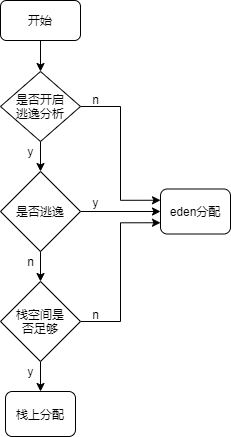
The draw.io diagram 内存分配.png in onedream719/-, before a commit. Source tidied: cells renumbered, new cells last; positions are measured from the earlier drawing's top-left corner, leaving out a move shared by most shapes. Its diagram source:
```xml
<mxGraphModel>
  <root>
    <mxCell id="0" />
    <mxCell id="1" parent="0" />
    <mxCell id="2" style="edgeStyle=orthogonalEdgeStyle;rounded=0;jettySize=auto;html=1;exitX=0.5;exitY=1;exitDx=0;exitDy=0;entryX=0.5;entryY=0;entryDx=0;entryDy=0;" parent="1" edge="1" source="4" target="11">
      <mxGeometry relative="1" as="geometry" />
    </mxCell>
    <mxCell id="3" style="edgeStyle=orthogonalEdgeStyle;rounded=0;jettySize=auto;html=1;exitX=1;exitY=0.5;exitDx=0;exitDy=0;entryX=0;entryY=0.25;entryDx=0;entryDy=0;" parent="1" edge="1" source="4" target="13">
      <mxGeometry relative="1" as="geometry" />
    </mxCell>
    <mxCell id="4" value="是否开启&lt;br&gt;逃逸分析" style="rhombus;whiteSpace=wrap;html=1;" parent="1" vertex="1">
      <mxGeometry y="71" width="80" height="70" as="geometry" />
    </mxCell>
    <mxCell id="5" style="edgeStyle=orthogonalEdgeStyle;rounded=0;jettySize=auto;html=1;exitX=1;exitY=0.5;exitDx=0;exitDy=0;entryX=0;entryY=0.75;entryDx=0;entryDy=0;" parent="1" edge="1" source="7" target="13">
      <mxGeometry relative="1" as="geometry" />
    </mxCell>
    <mxCell id="6" style="edgeStyle=orthogonalEdgeStyle;rounded=0;jettySize=auto;html=1;exitX=0.5;exitY=1;exitDx=0;exitDy=0;entryX=0.5;entryY=0;entryDx=0;entryDy=0;" parent="1" edge="1" source="7" target="17">
      <mxGeometry relative="1" as="geometry" />
    </mxCell>
    <mxCell id="7" value="栈空间是&lt;br&gt;否足够" style="rhombus;whiteSpace=wrap;html=1;" parent="1" vertex="1">
      <mxGeometry y="281" width="80" height="80" as="geometry" />
    </mxCell>
    <mxCell id="8" value="n" style="text;html=1;align=center;verticalAlign=middle;strokeColor=none;fillColor=none;" parent="1" vertex="1">
      <mxGeometry x="85" y="89" width="20" height="20" as="geometry" />
    </mxCell>
    <mxCell id="9" style="edgeStyle=orthogonalEdgeStyle;rounded=0;jettySize=auto;html=1;exitX=0.5;exitY=1;exitDx=0;exitDy=0;entryX=0.5;entryY=0;entryDx=0;entryDy=0;" parent="1" edge="1" source="11" target="7">
      <mxGeometry relative="1" as="geometry" />
    </mxCell>
    <mxCell id="10" style="edgeStyle=orthogonalEdgeStyle;rounded=0;jettySize=auto;html=1;exitX=1;exitY=0.5;exitDx=0;exitDy=0;entryX=0;entryY=0.5;entryDx=0;entryDy=0;" parent="1" edge="1" source="11" target="13">
      <mxGeometry relative="1" as="geometry" />
    </mxCell>
    <mxCell id="11" value="是否逃逸" style="rhombus;whiteSpace=wrap;html=1;" parent="1" vertex="1">
      <mxGeometry y="171" width="80" height="80" as="geometry" />
    </mxCell>
    <mxCell id="12" value="y" style="text;html=1;align=center;verticalAlign=middle;strokeColor=none;fillColor=none;" parent="1" vertex="1">
      <mxGeometry x="20" y="141" width="20" height="20" as="geometry" />
    </mxCell>
    <mxCell id="13" value="eden分配" style="rounded=1;whiteSpace=wrap;html=1;" parent="1" vertex="1">
      <mxGeometry x="160" y="188.5" width="70" height="45" as="geometry" />
    </mxCell>
    <mxCell id="14" value="y" style="text;html=1;align=center;verticalAlign=middle;strokeColor=none;fillColor=none;" parent="1" vertex="1">
      <mxGeometry x="85" y="191.5" width="20" height="20" as="geometry" />
    </mxCell>
    <mxCell id="15" value="n" style="text;html=1;align=center;verticalAlign=middle;strokeColor=none;fillColor=none;" parent="1" vertex="1">
      <mxGeometry x="20" y="251" width="20" height="20" as="geometry" />
    </mxCell>
    <mxCell id="16" value="n" style="text;html=1;align=center;verticalAlign=middle;strokeColor=none;fillColor=none;" parent="1" vertex="1">
      <mxGeometry x="85" y="304" width="20" height="20" as="geometry" />
    </mxCell>
    <mxCell id="17" value="栈上分配" style="rounded=1;whiteSpace=wrap;html=1;" parent="1" vertex="1">
      <mxGeometry x="5" y="391" width="70" height="45" as="geometry" />
    </mxCell>
    <mxCell id="18" value="y" style="text;html=1;align=center;verticalAlign=middle;strokeColor=none;fillColor=none;" parent="1" vertex="1">
      <mxGeometry x="20" y="361" width="20" height="20" as="geometry" />
    </mxCell>
    <mxCell id="19" style="edgeStyle=orthogonalEdgeStyle;rounded=0;jettySize=auto;html=1;exitX=0.5;exitY=1;exitDx=0;exitDy=0;entryX=0.5;entryY=0;entryDx=0;entryDy=0;" parent="1" edge="1" source="20" target="4">
      <mxGeometry relative="1" as="geometry" />
    </mxCell>
    <mxCell id="20" value="开始" style="rounded=1;whiteSpace=wrap;html=1;" parent="1" vertex="1">
      <mxGeometry width="80" height="40" as="geometry" />
    </mxCell>
  </root>
</mxGraphModel>
```
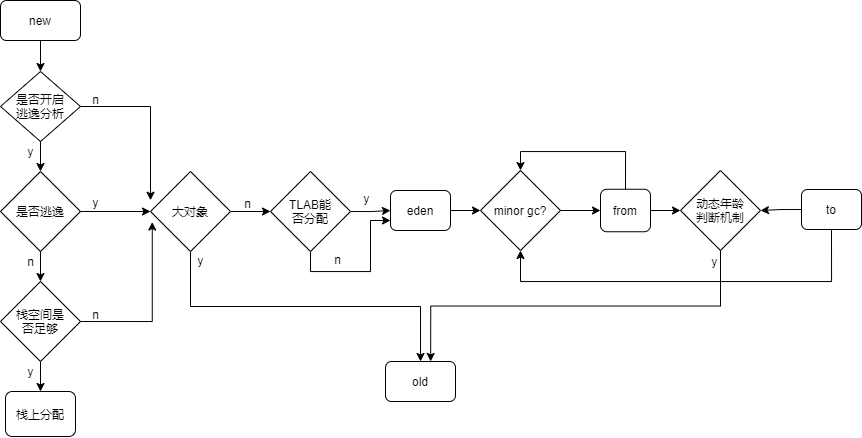
The same file after the commit.

Commit message:
更新内存分配.png

What changed in the source:
```diff
@@ -5,18 +5,20 @@
     <mxCell id="2" style="edgeStyle=orthogonalEdgeStyle;rounded=0;jettySize=auto;html=1;exitX=0.5;exitY=1;exitDx=0;exitDy=0;entryX=0.5;entryY=0;entryDx=0;entryDy=0;" parent="1" edge="1" source="4" target="11">
       <mxGeometry relative="1" as="geometry" />
     </mxCell>
-    <mxCell id="3" style="edgeStyle=orthogonalEdgeStyle;rounded=0;jettySize=auto;html=1;exitX=1;exitY=0.5;exitDx=0;exitDy=0;entryX=0;entryY=0.25;entryDx=0;entryDy=0;" parent="1" edge="1" source="4" target="13">
-      <mxGeometry relative="1" as="geometry" />
+    <mxCell id="3" style="edgeStyle=orthogonalEdgeStyle;rounded=0;jettySize=auto;html=1;exitX=1;exitY=0.5;exitDx=0;exitDy=0;entryX=0;entryY=0.25;entryDx=0;entryDy=0;" parent="1" edge="1" source="4">
+      <mxGeometry relative="1" as="geometry">
+        <mxPoint x="150" y="199.8" as="targetPoint" />
+      </mxGeometry>
     </mxCell>
     <mxCell id="4" value="是否开启&lt;br&gt;逃逸分析" style="rhombus;whiteSpace=wrap;html=1;" parent="1" vertex="1">
       <mxGeometry y="71" width="80" height="70" as="geometry" />
     </mxCell>
-    <mxCell id="5" style="edgeStyle=orthogonalEdgeStyle;rounded=0;jettySize=auto;html=1;exitX=1;exitY=0.5;exitDx=0;exitDy=0;entryX=0;entryY=0.75;entryDx=0;entryDy=0;" parent="1" edge="1" source="7" target="13">
-      <mxGeometry relative="1" as="geometry" />
-    </mxCell>
     <mxCell id="6" style="edgeStyle=orthogonalEdgeStyle;rounded=0;jettySize=auto;html=1;exitX=0.5;exitY=1;exitDx=0;exitDy=0;entryX=0.5;entryY=0;entryDx=0;entryDy=0;" parent="1" edge="1" source="7" target="17">
       <mxGeometry relative="1" as="geometry" />
     </mxCell>
+    <mxCell id="21" style="edgeStyle=orthogonalEdgeStyle;rounded=0;jettySize=auto;html=1;exitX=1;exitY=0.5;exitDx=0;exitDy=0;entryX=0.022;entryY=0.632;entryDx=0;entryDy=0;entryPerimeter=0;" parent="1" edge="1" source="7" target="27">
+      <mxGeometry relative="1" as="geometry" />
+    </mxCell>
     <mxCell id="7" value="栈空间是&lt;br&gt;否足够" style="rhombus;whiteSpace=wrap;html=1;" parent="1" vertex="1">
       <mxGeometry y="281" width="80" height="80" as="geometry" />
     </mxCell>
@@ -26,8 +28,10 @@
     <mxCell id="9" style="edgeStyle=orthogonalEdgeStyle;rounded=0;jettySize=auto;html=1;exitX=0.5;exitY=1;exitDx=0;exitDy=0;entryX=0.5;entryY=0;entryDx=0;entryDy=0;" parent="1" edge="1" source="11" target="7">
       <mxGeometry relative="1" as="geometry" />
     </mxCell>
-    <mxCell id="10" style="edgeStyle=orthogonalEdgeStyle;rounded=0;jettySize=auto;html=1;exitX=1;exitY=0.5;exitDx=0;exitDy=0;entryX=0;entryY=0.5;entryDx=0;entryDy=0;" parent="1" edge="1" source="11" target="13">
-      <mxGeometry relative="1" as="geometry" />
+    <mxCell id="10" style="edgeStyle=orthogonalEdgeStyle;rounded=0;jettySize=auto;html=1;exitX=1;exitY=0.5;exitDx=0;exitDy=0;entryX=0;entryY=0.5;entryDx=0;entryDy=0;" parent="1" edge="1" source="11">
+      <mxGeometry relative="1" as="geometry">
+        <mxPoint x="150" y="211" as="targetPoint" />
+      </mxGeometry>
     </mxCell>
     <mxCell id="11" value="是否逃逸" style="rhombus;whiteSpace=wrap;html=1;" parent="1" vertex="1">
       <mxGeometry y="171" width="80" height="80" as="geometry" />
@@ -35,9 +39,6 @@
     <mxCell id="12" value="y" style="text;html=1;align=center;verticalAlign=middle;strokeColor=none;fillColor=none;" parent="1" vertex="1">
       <mxGeometry x="20" y="141" width="20" height="20" as="geometry" />
     </mxCell>
-    <mxCell id="13" value="eden分配" style="rounded=1;whiteSpace=wrap;html=1;" parent="1" vertex="1">
-      <mxGeometry x="160" y="188.5" width="70" height="45" as="geometry" />
-    </mxCell>
     <mxCell id="14" value="y" style="text;html=1;align=center;verticalAlign=middle;strokeColor=none;fillColor=none;" parent="1" vertex="1">
       <mxGeometry x="85" y="191.5" width="20" height="20" as="geometry" />
     </mxCell>
@@ -56,8 +57,92 @@
     <mxCell id="19" style="edgeStyle=orthogonalEdgeStyle;rounded=0;jettySize=auto;html=1;exitX=0.5;exitY=1;exitDx=0;exitDy=0;entryX=0.5;entryY=0;entryDx=0;entryDy=0;" parent="1" edge="1" source="20" target="4">
       <mxGeometry relative="1" as="geometry" />
     </mxCell>
-    <mxCell id="20" value="开始" style="rounded=1;whiteSpace=wrap;html=1;" parent="1" vertex="1">
+    <mxCell id="20" value="new" style="rounded=1;whiteSpace=wrap;html=1;" parent="1" vertex="1">
       <mxGeometry width="80" height="40" as="geometry" />
     </mxCell>
+    <mxCell id="22" style="edgeStyle=orthogonalEdgeStyle;rounded=0;jettySize=auto;html=1;exitX=1;exitY=0.5;exitDx=0;exitDy=0;" parent="1" edge="1" source="24" target="29">
+      <mxGeometry relative="1" as="geometry" />
+    </mxCell>
+    <mxCell id="23" style="edgeStyle=orthogonalEdgeStyle;rounded=0;jettySize=auto;html=1;exitX=0.5;exitY=1;exitDx=0;exitDy=0;entryX=0;entryY=0.75;entryDx=0;entryDy=0;" parent="1" edge="1" source="24" target="29">
+      <mxGeometry relative="1" as="geometry" />
+    </mxCell>
+    <mxCell id="24" value="TLAB能&lt;br&gt;否分配" style="rhombus;whiteSpace=wrap;html=1;" parent="1" vertex="1">
+      <mxGeometry x="270" y="171" width="80" height="80" as="geometry" />
+    </mxCell>
+    <mxCell id="25" style="edgeStyle=orthogonalEdgeStyle;rounded=0;jettySize=auto;html=1;exitX=1;exitY=0.5;exitDx=0;exitDy=0;entryX=0;entryY=0.5;entryDx=0;entryDy=0;" parent="1" edge="1" source="27" target="24">
+      <mxGeometry relative="1" as="geometry" />
+    </mxCell>
+    <mxCell id="26" style="edgeStyle=orthogonalEdgeStyle;rounded=0;jettySize=auto;html=1;exitX=0.5;exitY=1;exitDx=0;exitDy=0;entryX=0.5;entryY=0;entryDx=0;entryDy=0;" parent="1" edge="1" source="27" target="41">
+      <mxGeometry relative="1" as="geometry" />
+    </mxCell>
+    <mxCell id="27" value="大对象" style="rhombus;whiteSpace=wrap;html=1;" parent="1" vertex="1">
+      <mxGeometry x="150" y="171" width="80" height="80" as="geometry" />
+    </mxCell>
+    <mxCell id="28" style="edgeStyle=orthogonalEdgeStyle;rounded=0;jettySize=auto;html=1;exitX=1;exitY=0.5;exitDx=0;exitDy=0;entryX=0;entryY=0.5;entryDx=0;entryDy=0;" parent="1" edge="1" source="29" target="31">
+      <mxGeometry relative="1" as="geometry" />
+    </mxCell>
+    <mxCell id="29" value="eden" style="rounded=1;whiteSpace=wrap;html=1;" parent="1" vertex="1">
+      <mxGeometry x="390" y="190" width="60" height="40" as="geometry" />
+    </mxCell>
+    <mxCell id="30" style="edgeStyle=orthogonalEdgeStyle;rounded=0;jettySize=auto;html=1;exitX=1;exitY=0.5;exitDx=0;exitDy=0;entryX=0;entryY=0.5;entryDx=0;entryDy=0;" parent="1" edge="1" source="31" target="34">
+      <mxGeometry relative="1" as="geometry" />
+    </mxCell>
+    <mxCell id="31" value="minor gc?" style="rhombus;whiteSpace=wrap;html=1;" parent="1" vertex="1">
+      <mxGeometry x="480" y="170" width="80" height="80" as="geometry" />
+    </mxCell>
+    <mxCell id="32" style="edgeStyle=orthogonalEdgeStyle;rounded=0;jettySize=auto;html=1;exitX=1;exitY=0.5;exitDx=0;exitDy=0;entryX=0;entryY=0.5;entryDx=0;entryDy=0;" parent="1" edge="1" source="34" target="37">
+      <mxGeometry relative="1" as="geometry" />
+    </mxCell>
+    <mxCell id="33" style="edgeStyle=orthogonalEdgeStyle;rounded=0;jettySize=auto;html=1;exitX=0.5;exitY=0;exitDx=0;exitDy=0;entryX=0.5;entryY=0;entryDx=0;entryDy=0;" parent="1" edge="1" source="34" target="31">
+      <mxGeometry relative="1" as="geometry">
+        <Array as="points">
+          <mxPoint x="625" y="151" />
+          <mxPoint x="520" y="151" />
+        </Array>
+      </mxGeometry>
+    </mxCell>
+    <mxCell id="34" value="from" style="rounded=1;whiteSpace=wrap;html=1;" parent="1" vertex="1">
+      <mxGeometry x="600" y="188.8" width="50" height="42.5" as="geometry" />
+    </mxCell>
+    <mxCell id="35" style="edgeStyle=orthogonalEdgeStyle;rounded=0;jettySize=auto;html=1;exitX=0.5;exitY=1;exitDx=0;exitDy=0;entryX=0.645;entryY=-0.001;entryDx=0;entryDy=0;entryPerimeter=0;" parent="1" edge="1" source="37" target="41">
+      <mxGeometry relative="1" as="geometry" />
+    </mxCell>
+    <mxCell id="36" value="y" style="edgeLabel;html=1;align=center;verticalAlign=middle;" parent="35" vertex="1">
+      <mxGeometry x="-0.77" y="-2" relative="1" as="geometry">
+        <mxPoint x="-5" y="-37" as="offset" />
+      </mxGeometry>
+    </mxCell>
+    <mxCell id="37" value="动态年龄&lt;br&gt;判断机制" style="rhombus;whiteSpace=wrap;html=1;" parent="1" vertex="1">
+      <mxGeometry x="680" y="170" width="80" height="80" as="geometry" />
+    </mxCell>
+    <mxCell id="38" style="edgeStyle=orthogonalEdgeStyle;rounded=0;jettySize=auto;html=1;exitX=0.5;exitY=1;exitDx=0;exitDy=0;entryX=0.5;entryY=1;entryDx=0;entryDy=0;" parent="1" edge="1" source="40" target="31">
+      <mxGeometry relative="1" as="geometry">
+        <Array as="points">
+          <mxPoint x="831" y="281" />
+          <mxPoint x="520" y="281" />
+        </Array>
+      </mxGeometry>
+    </mxCell>
+    <mxCell id="39" style="edgeStyle=orthogonalEdgeStyle;rounded=0;jettySize=auto;html=1;exitX=0;exitY=0.5;exitDx=0;exitDy=0;entryX=1;entryY=0.5;entryDx=0;entryDy=0;" parent="1" edge="1" source="40" target="37">
+      <mxGeometry relative="1" as="geometry" />
+    </mxCell>
+    <mxCell id="40" value="to" style="rounded=1;whiteSpace=wrap;html=1;" parent="1" vertex="1">
+      <mxGeometry x="801" y="189" width="60" height="40" as="geometry" />
+    </mxCell>
+    <mxCell id="41" value="old" style="rounded=1;whiteSpace=wrap;html=1;" parent="1" vertex="1">
+      <mxGeometry x="385" y="361" width="70" height="40" as="geometry" />
+    </mxCell>
+    <mxCell id="42" value="y" style="text;html=1;align=center;verticalAlign=middle;strokeColor=none;fillColor=none;" parent="1" vertex="1">
+      <mxGeometry x="190" y="250" width="20" height="20" as="geometry" />
+    </mxCell>
+    <mxCell id="43" value="n" style="text;html=1;align=center;verticalAlign=middle;strokeColor=none;fillColor=none;" parent="1" vertex="1">
+      <mxGeometry x="237" y="193" width="20" height="20" as="geometry" />
+    </mxCell>
+    <mxCell id="44" value="y" style="text;html=1;align=center;verticalAlign=middle;strokeColor=none;fillColor=none;" parent="1" vertex="1">
+      <mxGeometry x="356" y="188" width="20" height="20" as="geometry" />
+    </mxCell>
+    <mxCell id="45" value="n" style="text;html=1;align=center;verticalAlign=middle;strokeColor=none;fillColor=none;" parent="1" vertex="1">
+      <mxGeometry x="327" y="249" width="20" height="20" as="geometry" />
+    </mxCell>
   </root>
 </mxGraphModel>
```
